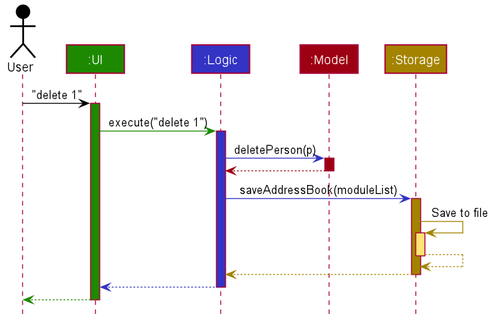
nus-cs2103-AY2021S1/tp keeps this PlantUML diagram as docs/images/AddEventSequenceDiagram.png. Above is the earlier version. The source it was exported from:
```plantuml
@startuml








skinparam BackgroundColor #FFFFFFF

skinparam Shadowing false

skinparam Class {
    FontColor #FFFFFF
    BorderThickness 1
    BorderColor #FFFFFF
    StereotypeFontColor #FFFFFF
    FontName Arial
}

skinparam Actor {
    BorderColor #000000
    Color #000000
    FontName Arial
}

skinparam Sequence {
    MessageAlign center
    BoxFontSize 15
    BoxPadding 0
    BoxFontColor #FFFFFF
    FontName Arial
}

skinparam Participant {
    FontColor #FFFFFFF
    Padding 20
}

skinparam MinClassWidth 50
skinparam ParticipantPadding 10
skinparam Shadowing false
skinparam DefaultTextAlignment center
skinparam packageStyle Rectangle

hide footbox
hide members
hide circle

Actor User as user #000000
Participant ":UI" as ui #1D8900
Participant ":Logic" as logic #3333C4
Participant ":Model" as model #9D0012
Participant ":Storage" as storage #A38300

user -[#000000]> ui : "delete 1"
activate ui #1D8900

ui -[#1D8900]> logic : execute("delete 1")
activate logic #3333C4

logic -[#3333C4]> model : deletePerson(p)
activate model #9D0012

model -[#9D0012]-> logic
deactivate model

logic -[#3333C4]> storage : saveAddressBook(moduleList)
activate storage #A38300

storage -[#A38300]> storage : Save to file
activate storage #FFE374
storage --[#A38300]> storage
deactivate storage

storage --[#A38300]> logic
deactivate storage

logic --[#3333C4]> ui
deactivate logic

ui--[#1D8900]> user
deactivate ui
@enduml
```
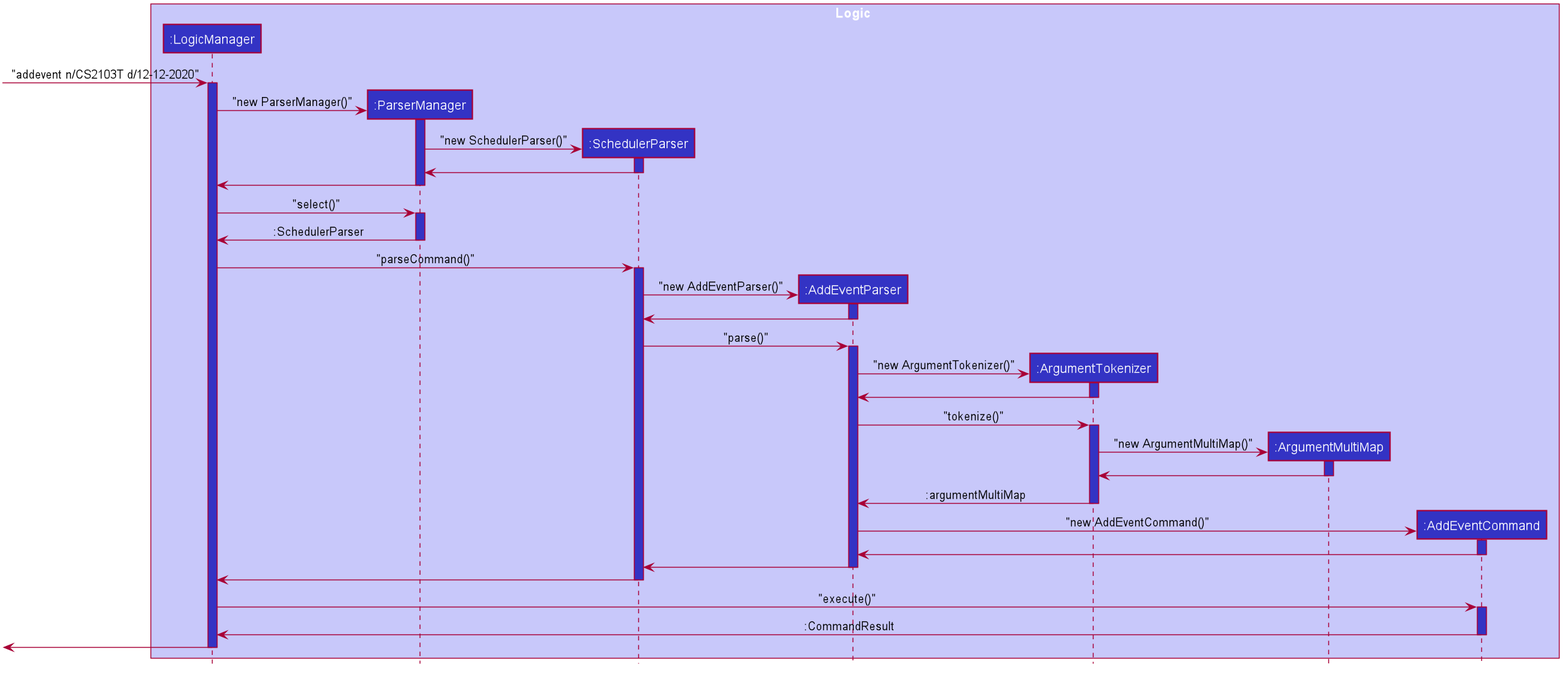
Later version of the same file.

Commit message:
Add Sequence diagram for Add Event

Diff of the diagram source:
```diff
@@ -48,38 +48,95 @@
 hide members
 hide circle
 
-Actor User as user #000000
-Participant ":UI" as ui #1D8900
-Participant ":Logic" as logic #3333C4
-Participant ":Model" as model #9D0012
-Participant ":Storage" as storage #A38300
+box Logic #C8C8FA
+participant ":LogicManager" as logicManager #3333C4
+participant ":ParserManager" as parserManager #3333C4
+participant ":SchedulerParser" as schedulerParser #3333C4
+participant ":AddEventParser" as addEventParser #3333C4
+participant ":ArgumentTokenizer" as argumentTokenizer #3333C4
+participant ":ArgumentMultiMap" as argumentMultiMap #3333C4
+participant ":AddEventCommand" as addEventCommand #3333C4
+end box
 
-user -[#000000]> ui : "delete 1"
-activate ui #1D8900
+[-> logicManager : "addevent n/CS2103T d/12-12-2020"
+activate logicManager #3333C4
 
-ui -[#1D8900]> logic : execute("delete 1")
-activate logic #3333C4
+create parserManager
+logicManager -> parserManager : "new ParserManager()"
+activate parserManager #3333C4
 
-logic -[#3333C4]> model : deletePerson(p)
-activate model #9D0012
+create schedulerParser
+parserManager -> schedulerParser : "new SchedulerParser()"
+activate schedulerParser #3333C4
 
-model -[#9D0012]-> logic
-deactivate model
+schedulerParser -> parserManager
+deactivate schedulerParser #3333C4
 
-logic -[#3333C4]> storage : saveAddressBook(moduleList)
-activate storage #A38300
+parserManager -> logicManager
+deactivate parserManager #3333C4
 
-storage -[#A38300]> storage : Save to file
-activate storage #FFE374
-storage --[#A38300]> storage
-deactivate storage
+logicManager -> parserManager : "select()"
+activate parserManager #3333C4
 
-storage --[#A38300]> logic
-deactivate storage
+parserManager -> logicManager : :SchedulerParser
+deactivate parserManager #3333C4
 
-logic --[#3333C4]> ui
-deactivate logic
+logicManager -> schedulerParser : "parseCommand()"
+activate schedulerParser #3333C4
 
-ui--[#1D8900]> user
-deactivate ui
+create addEventParser
+schedulerParser -> addEventParser : "new AddEventParser()"
+activate addEventParser #3333C4
+
+addEventParser -> schedulerParser
+deactivate addEventParser
+
+schedulerParser -> addEventParser : "parse()"
+activate addEventParser #3333C4
+
+create argumentTokenizer
+addEventParser -> argumentTokenizer : "new ArgumentTokenizer()"
+activate argumentTokenizer #3333C4
+
+argumentTokenizer -> addEventParser
+deactivate argumentTokenizer
+
+addEventParser -> argumentTokenizer : "tokenize()"
+activate argumentTokenizer #3333C4
+
+create argumentMultiMap
+argumentTokenizer -> argumentMultiMap : "new ArgumentMultiMap()"
+activate argumentMultiMap #3333C4
+
+argumentMultiMap -> argumentTokenizer
+deactivate argumentMultiMap
+
+argumentTokenizer -> addEventParser : :argumentMultiMap
+deactivate argumentTokenizer
+
+create addEventCommand
+addEventParser -> addEventCommand : "new AddEventCommand()"
+activate addEventCommand #3333C4
+
+addEventCommand -> addEventParser
+deactivate addEventCommand
+
+addEventParser -> schedulerParser
+deactivate addEventParser
+
+schedulerParser -> logicManager
+deactivate schedulerParser
+
+logicManager -> addEventCommand : "execute()"
+activate addEventCommand #3333C4
+
+addEventCommand -> logicManager : :CommandResult
+deactivate addEventCommand
+
+[<- logicManager
+deactivate logicManager
+
+
+
+
 @enduml
```
